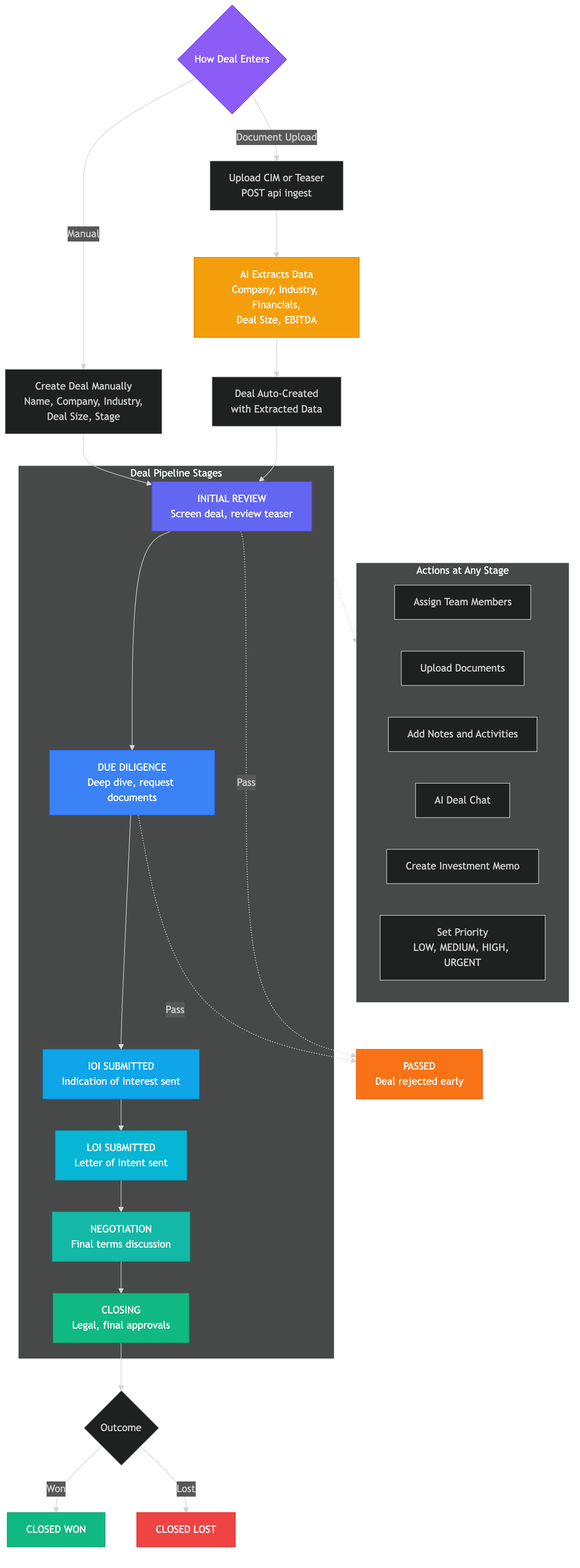
Before: docs/diagrams/02-deal-lifecycle.png, a diagram exported from Mermaid (ganeshjagtap7/pe-dealstack). Its source is kept beside it as docs/diagrams/02-deal-lifecycle.mmd.
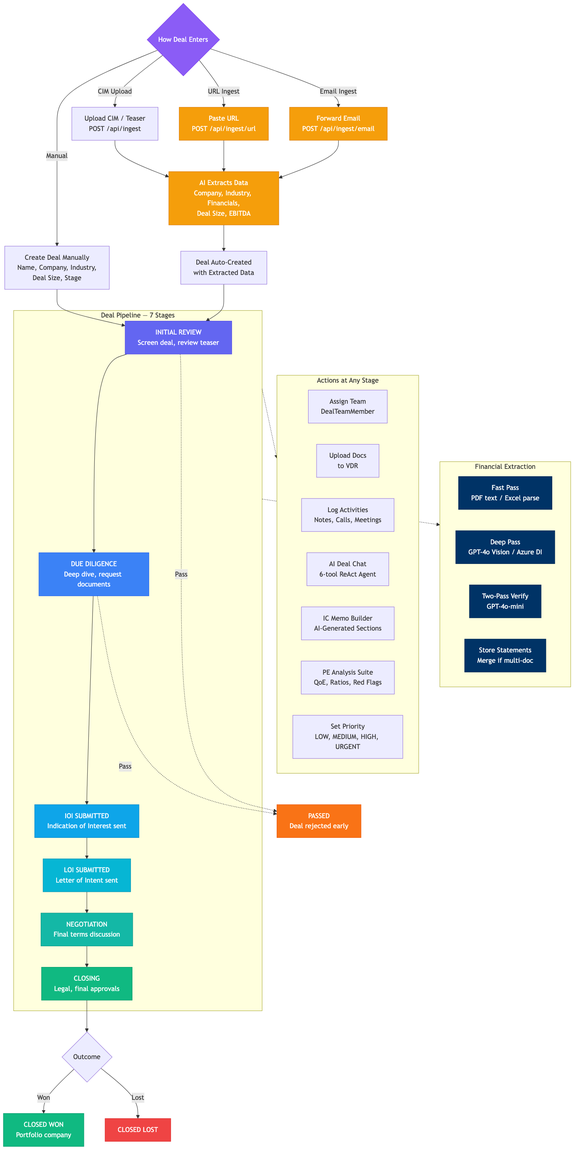
After the commit.

Change to the diagram source:
```diff
@@ -3,18 +3,25 @@
     Entry -->|Manual| CreateDeal["Create Deal Manually
     Name, Company, Industry,
     Deal Size, Stage"]
-    Entry -->|Document Upload| Ingest["Upload CIM or Teaser
-    POST api ingest"]
+    Entry -->|CIM Upload| Ingest["Upload CIM / Teaser
+    POST /api/ingest"]
+    Entry -->|URL Ingest| URLIngest["Paste URL
+    POST /api/ingest/url"]
+    Entry -->|Email Ingest| EmailIngest["Forward Email
+    POST /api/ingest/email"]
+
     Ingest --> AIExtract["AI Extracts Data
     Company, Industry, Financials,
     Deal Size, EBITDA"]
+    URLIngest --> AIExtract
+    EmailIngest --> AIExtract
     AIExtract --> AutoCreate["Deal Auto-Created
     with Extracted Data"]
 
     CreateDeal --> InitialReview
     AutoCreate --> InitialReview
 
-    subgraph Pipeline["Deal Pipeline Stages"]
+    subgraph Pipeline["Deal Pipeline — 7 Stages"]
         direction TB
         InitialReview["INITIAL REVIEW
         Screen deal, review teaser"]
@@ -31,7 +38,8 @@
     end
 
     Closing --> Outcome{Outcome}
-    Outcome -->|Won| ClosedWon["CLOSED WON"]
+    Outcome -->|Won| ClosedWon["CLOSED WON
+    Portfolio company"]
     Outcome -->|Lost| ClosedLost["CLOSED LOST"]
 
     InitialReview -.->|Pass| Passed["PASSED
@@ -40,16 +48,36 @@
 
     subgraph Actions["Actions at Any Stage"]
         direction LR
-        Assign["Assign Team Members"]
-        Upload["Upload Documents"]
-        Notes["Add Notes and Activities"]
-        Chat["AI Deal Chat"]
-        Memo["Create Investment Memo"]
+        Assign["Assign Team
+        DealTeamMember"]
+        Upload["Upload Docs
+        to VDR"]
+        Notes["Log Activities
+        Notes, Calls, Meetings"]
+        Chat["AI Deal Chat
+        6-tool ReAct Agent"]
+        Memo["IC Memo Builder
+        AI-Generated Sections"]
+        Analysis["PE Analysis Suite
+        QoE, Ratios, Red Flags"]
         Priority["Set Priority
         LOW, MEDIUM, HIGH, URGENT"]
     end
 
+    subgraph Financial["Financial Extraction"]
+        direction LR
+        FastPass["Fast Pass
+        PDF text / Excel parse"]
+        DeepPass["Deep Pass
+        GPT-4o Vision / Azure DI"]
+        Verify["Two-Pass Verify
+        GPT-4o-mini"]
+        Store["Store Statements
+        Merge if multi-doc"]
+    end
+
     Pipeline -.-> Actions
+    Pipeline -.-> Financial
 
     style Entry fill:#8b5cf6,color:#fff,stroke:#7c3aed
     style InitialReview fill:#6366f1,color:#fff,stroke:#4f46e5
@@ -62,3 +90,9 @@
     style ClosedLost fill:#ef4444,color:#fff,stroke:#dc2626
     style Passed fill:#f97316,color:#fff,stroke:#ea580c
     style AIExtract fill:#f59e0b,color:#fff,stroke:#d97706
+    style URLIngest fill:#f59e0b,color:#fff,stroke:#d97706
+    style EmailIngest fill:#f59e0b,color:#fff,stroke:#d97706
+    style FastPass fill:#003366,color:#fff,stroke:#002855
+    style DeepPass fill:#003366,color:#fff,stroke:#002855
+    style Verify fill:#003366,color:#fff,stroke:#002855
+    style Store fill:#003366,color:#fff,stroke:#002855
```
